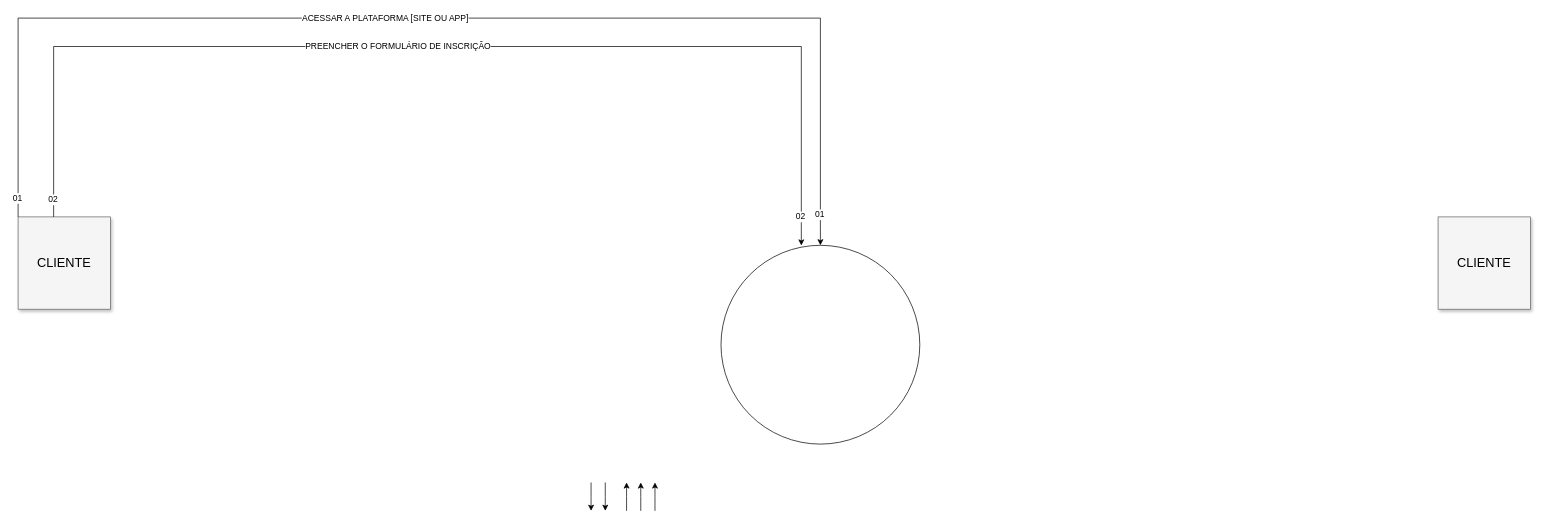
Above: Diagrama sem nome.drawio in nhertzel/Diagramas (draw.io), before the change. Source tidied: cells renumbered, new cells numbered last; positions are measured from the earlier drawing's top-left corner, leaving out a move shared by most shapes. Both pictures are drawn from the tidied source at 71%, with x=0, y=0 at pixel (18, -146).
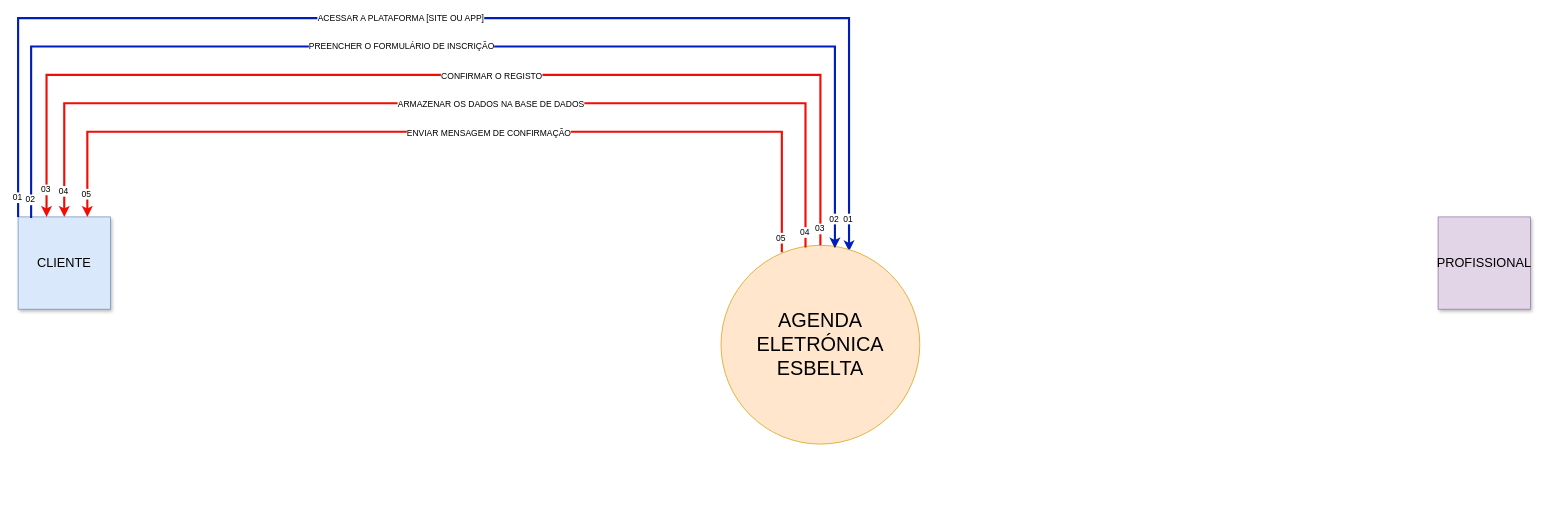
The same page after the edit.

What changed in the source:
```diff
@@
-    <mxCell id="2" style="edgeStyle=elbowEdgeStyle;rounded=0;html=1;startArrow=none;startFill=0;jettySize=auto;orthogonalLoop=1;fontSize=18;" parent="1" edge="1">
-      <mxGeometry relative="1" as="geometry">
-        <mxPoint x="877" y="924" as="sourcePoint" />
-        <mxPoint x="877" y="884" as="targetPoint" />
-        <Array as="points">
-          <mxPoint x="877" y="904" />
-        </Array>
-      </mxGeometry>
-    </mxCell>
-    <mxCell id="3" value="CLIENTE" style="whiteSpace=wrap;html=1;shadow=1;fontSize=18;fillColor=#f5f5f5;strokeColor=#666666;" parent="1" vertex="1">
+    <mxCell id="3" value="CLIENTE" style="whiteSpace=wrap;html=1;shadow=1;fontSize=18;fillColor=#dae8fc;strokeColor=#6c8ebf;" parent="1" vertex="1">
       <mxGeometry y="510" width="130" height="130" as="geometry" />
     </mxCell>
-    <mxCell id="4" style="edgeStyle=elbowEdgeStyle;rounded=0;html=1;startArrow=none;startFill=0;jettySize=auto;orthogonalLoop=1;fontSize=18;" parent="1" edge="1">
-      <mxGeometry relative="1" as="geometry">
-        <mxPoint x="897" y="924" as="sourcePoint" />
-        <mxPoint x="897" y="884" as="targetPoint" />
-        <Array as="points">
-          <mxPoint x="897" y="904" />
-          <mxPoint x="877" y="904" />
-        </Array>
-      </mxGeometry>
-    </mxCell>
-    <mxCell id="5" style="edgeStyle=elbowEdgeStyle;rounded=0;html=1;startArrow=none;startFill=0;jettySize=auto;orthogonalLoop=1;fontSize=18;" parent="1" edge="1">
-      <mxGeometry relative="1" as="geometry">
-        <mxPoint x="857" y="924" as="sourcePoint" />
-        <mxPoint x="857" y="884" as="targetPoint" />
-        <Array as="points">
-          <mxPoint x="857" y="904" />
-          <mxPoint x="857" y="904" />
-        </Array>
-      </mxGeometry>
-    </mxCell>
-    <mxCell id="6" style="edgeStyle=elbowEdgeStyle;rounded=0;html=1;startArrow=none;startFill=0;jettySize=auto;orthogonalLoop=1;fontSize=18;" parent="1" edge="1">
-      <mxGeometry relative="1" as="geometry">
-        <mxPoint x="827" y="884" as="sourcePoint" />
-        <mxPoint x="827" y="924" as="targetPoint" />
-        <Array as="points">
-          <mxPoint x="827" y="904" />
-          <mxPoint x="857" y="914" />
-        </Array>
-      </mxGeometry>
-    </mxCell>
-    <mxCell id="7" style="edgeStyle=elbowEdgeStyle;rounded=0;html=1;startArrow=none;startFill=0;jettySize=auto;orthogonalLoop=1;fontSize=18;" parent="1" edge="1">
-      <mxGeometry relative="1" as="geometry">
-        <mxPoint x="807" y="884" as="sourcePoint" />
-        <mxPoint x="807" y="924" as="targetPoint" />
-        <Array as="points">
-          <mxPoint x="807" y="904" />
-          <mxPoint x="837" y="914" />
-        </Array>
-      </mxGeometry>
-    </mxCell>
-    <mxCell id="8" style="edgeStyle=elbowEdgeStyle;rounded=0;html=1;startArrow=none;startFill=0;jettySize=auto;fontSize=18;exitX=0;exitY=0;exitDx=0;exitDy=0;entryX=0.5;entryY=0;entryDx=0;entryDy=0;" parent="1" edge="1" source="3" target="12">
+    <mxCell id="8" style="edgeStyle=elbowEdgeStyle;rounded=0;html=1;startArrow=none;startFill=0;jettySize=auto;fontSize=18;exitX=0;exitY=0;exitDx=0;exitDy=0;entryX=0.644;entryY=0.03;entryDx=0;entryDy=0;entryPerimeter=0;fillColor=#0050ef;strokeColor=#001DBC;strokeWidth=3;" parent="1" edge="1" source="3" target="12">
       <mxGeometry relative="1" as="geometry">
         <Array as="points">
           <mxPoint y="230" />
           <mxPoint x="617" y="280" />
         </Array>
       </mxGeometry>
     </mxCell>
@@
-    <mxCell id="12" style="ellipse;whiteSpace=wrap;html=1;" parent="1" vertex="1">
+    <mxCell id="12" value="&lt;font style=&quot;font-size: 28px;&quot;&gt;AGENDA&lt;/font&gt;&lt;div style=&quot;font-size: 28px;&quot;&gt;&lt;font style=&quot;font-size: 28px;&quot;&gt;ELETRÓNICA&lt;/font&gt;&lt;/div&gt;&lt;div style=&quot;font-size: 28px;&quot;&gt;&lt;font style=&quot;font-size: 28px;&quot;&gt;ESBELTA&lt;/font&gt;&lt;/div&gt;" style="ellipse;whiteSpace=wrap;html=1;fillColor=#ffe6cc;strokeColor=#d79b00;" parent="1" vertex="1">
       <mxGeometry x="990" y="550" width="280" height="280" as="geometry" />
     </mxCell>
-    <mxCell id="13" value="CLIENTE" style="whiteSpace=wrap;html=1;shadow=1;fontSize=18;fillColor=#f5f5f5;strokeColor=#666666;" parent="1" vertex="1">
+    <mxCell id="13" value="PROFISSIONAL" style="whiteSpace=wrap;html=1;shadow=1;fontSize=18;fillColor=#e1d5e7;strokeColor=#9673a6;" parent="1" vertex="1">
       <mxGeometry x="2000" y="510" width="130" height="130" as="geometry" />
     </mxCell>
-    <mxCell id="14" style="edgeStyle=elbowEdgeStyle;rounded=0;html=1;startArrow=none;startFill=0;jettySize=auto;fontSize=18;exitX=0.385;exitY=0;exitDx=0;exitDy=0;entryX=0.404;entryY=0.001;entryDx=0;entryDy=0;exitPerimeter=0;entryPerimeter=0;" parent="1" edge="1" source="3" target="12">
+    <mxCell id="14" style="edgeStyle=elbowEdgeStyle;rounded=0;html=1;startArrow=none;startFill=0;jettySize=auto;fontSize=18;exitX=0.141;exitY=0.013;exitDx=0;exitDy=0;entryX=0.573;entryY=0.015;entryDx=0;entryDy=0;exitPerimeter=0;entryPerimeter=0;fillColor=#0050ef;strokeColor=#001DBC;strokeWidth=3;" parent="1" edge="1" source="3" target="12">
       <mxGeometry relative="1" as="geometry">
         <Array as="points">
           <mxPoint x="580" y="270" />
           <mxPoint x="627" />
         </Array>
       </mxGeometry>
     </mxCell>
@@
+    <mxCell id="18" style="edgeStyle=elbowEdgeStyle;rounded=0;html=1;startArrow=none;startFill=0;jettySize=auto;fontSize=18;entryX=0.308;entryY=0;entryDx=0;entryDy=0;strokeWidth=3;entryPerimeter=0;fillColor=#f8cecc;strokeColor=#f00d05;" parent="1" edge="1" source="12" target="3">
+      <mxGeometry relative="1" as="geometry">
+        <Array as="points">
+          <mxPoint x="460" y="310" />
+          <mxPoint x="629.5" y="-200" />
+        </Array>
+      </mxGeometry>
+    </mxCell>
+    <mxCell id="19" value="03" style="edgeLabel;html=1;align=center;verticalAlign=middle;fontSize=12;" parent="18" vertex="1">
+      <mxGeometry x="-0.97" y="2" relative="1" as="geometry">
+        <mxPoint y="-1" as="offset" />
+      </mxGeometry>
+    </mxCell>
+    <mxCell id="20" value="03" style="edgeLabel;html=1;align=center;verticalAlign=middle;fontSize=12;" parent="18" vertex="1">
+      <mxGeometry x="0.95" y="-2" relative="1" as="geometry">
+        <mxPoint y="-1" as="offset" />
+      </mxGeometry>
+    </mxCell>
+    <mxCell id="21" value="CONFIRMAR O REGISTO" style="edgeLabel;html=1;align=center;verticalAlign=middle;fontSize=12;" parent="18" vertex="1">
+      <mxGeometry x="-0.08" y="1" relative="1" as="geometry" />
+    </mxCell>
+    <mxCell id="22" style="edgeStyle=elbowEdgeStyle;rounded=0;html=1;startArrow=none;startFill=0;jettySize=auto;fontSize=18;entryX=0.5;entryY=0;entryDx=0;entryDy=0;exitX=0.425;exitY=0.011;exitDx=0;exitDy=0;exitPerimeter=0;strokeWidth=3;strokeColor=#f00d05;" parent="1" edge="1" source="12" target="3">
+      <mxGeometry relative="1" as="geometry">
+        <Array as="points">
+          <mxPoint x="610" y="350" />
+          <mxPoint x="639.5" y="-350" />
+        </Array>
+      </mxGeometry>
+    </mxCell>
+    <mxCell id="23" value="04" style="edgeLabel;html=1;align=center;verticalAlign=middle;fontSize=12;" parent="22" vertex="1">
+      <mxGeometry x="-0.97" y="2" relative="1" as="geometry">
+        <mxPoint y="-1" as="offset" />
+      </mxGeometry>
+    </mxCell>
+    <mxCell id="24" value="04" style="edgeLabel;html=1;align=center;verticalAlign=middle;fontSize=12;" parent="22" vertex="1">
+      <mxGeometry x="0.95" y="-2" relative="1" as="geometry">
+        <mxPoint y="-1" as="offset" />
+      </mxGeometry>
+    </mxCell>
+    <mxCell id="25" value="ARMAZENAR OS DADOS NA BASE DE DADOS" style="edgeLabel;html=1;align=center;verticalAlign=middle;fontSize=12;" parent="22" vertex="1">
+      <mxGeometry x="-0.08" y="1" relative="1" as="geometry" />
+    </mxCell>
+    <mxCell id="26" style="edgeStyle=elbowEdgeStyle;rounded=0;html=1;startArrow=none;startFill=0;jettySize=auto;fontSize=18;entryX=0.75;entryY=0;entryDx=0;entryDy=0;exitX=0.306;exitY=0.035;exitDx=0;exitDy=0;exitPerimeter=0;strokeWidth=3;strokeColor=#f00d05;" parent="1" edge="1" source="12" target="3">
+      <mxGeometry relative="1" as="geometry">
+        <Array as="points">
+          <mxPoint x="590" y="390" />
+          <mxPoint x="649.5" y="-340" />
+        </Array>
+      </mxGeometry>
+    </mxCell>
+    <mxCell id="27" value="05" style="edgeLabel;html=1;align=center;verticalAlign=middle;fontSize=12;" parent="26" vertex="1">
+      <mxGeometry x="-0.97" y="2" relative="1" as="geometry">
+        <mxPoint y="-1" as="offset" />
+      </mxGeometry>
+    </mxCell>
+    <mxCell id="28" value="05" style="edgeLabel;html=1;align=center;verticalAlign=middle;fontSize=12;" parent="26" vertex="1">
+      <mxGeometry x="0.95" y="-2" relative="1" as="geometry">
+        <mxPoint y="-1" as="offset" />
+      </mxGeometry>
+    </mxCell>
+    <mxCell id="29" value="ENVIAR MENSAGEM DE CONFIRMAÇÃO" style="edgeLabel;html=1;align=center;verticalAlign=middle;fontSize=12;" parent="26" vertex="1">
+      <mxGeometry x="-0.08" y="1" relative="1" as="geometry" />
+    </mxCell>
```
